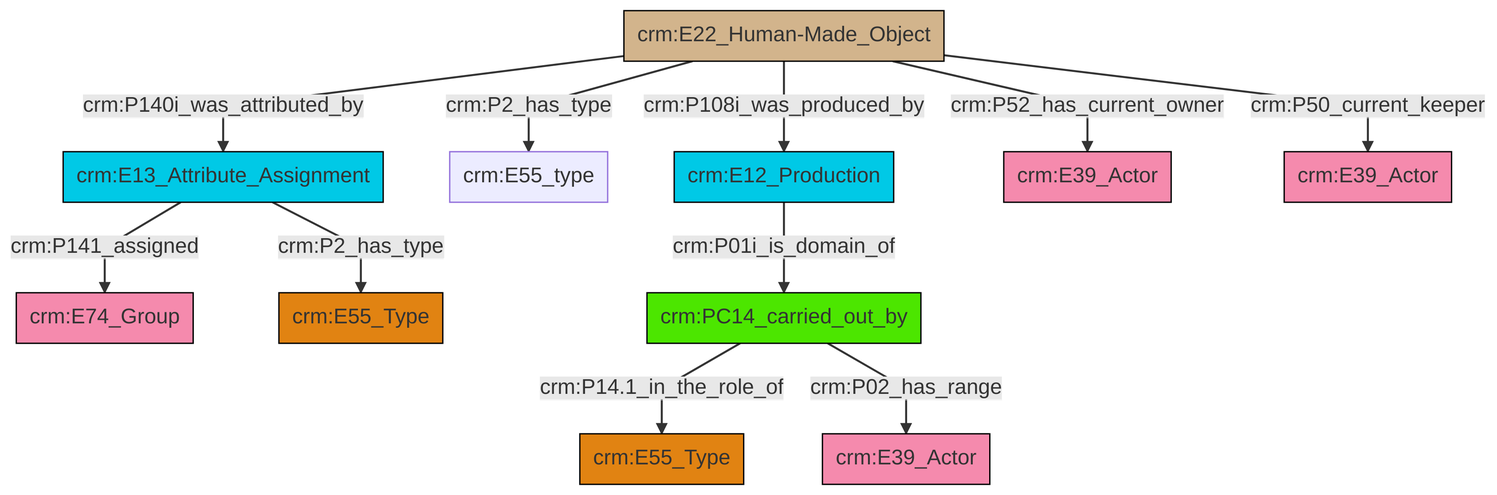
Above: et/artworkCSV/ttl/mmd/png/Artwork_Actor_Relations.png in swiss-art-research-net/reference-data-models (Mermaid), before the change. Its source is kept beside it as et/artworkCSV/ttl/mmd/Artwork_Actor_Relations.ttl.mmd.
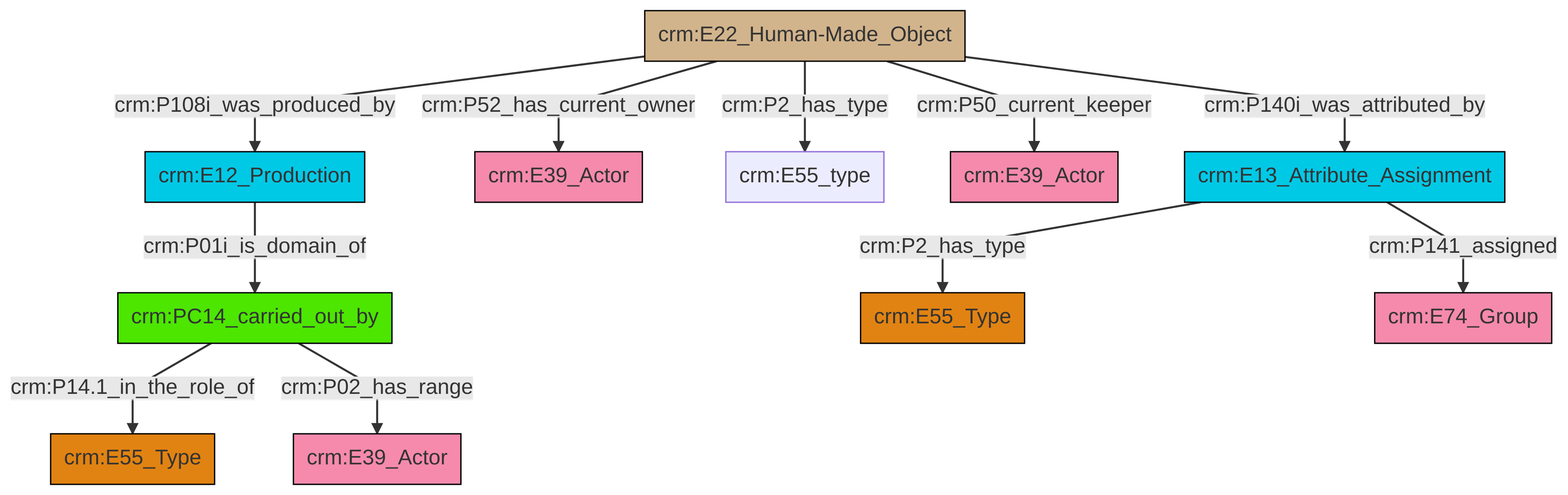
Later version of the same file.

Change to the diagram source:
```diff
@@ -13,13 +13,13 @@
 classDef PC_Classes fill:#4ce600, stroke:#000000;
 classDef Multi fill:#cccccc,stroke:#000000;
 
-0["crm:E13_Attribute_Assignment"]:::Temporal_Entity -->|crm:P141_assigned| 1["crm:E74_Group"]:::Actor
-8["crm:PC14_carried_out_by"]:::PC_Classes -->|crm:P14.1_in_the_role_of| 9["crm:E55_Type"]:::Type
-2["crm:E22_Human-Made_Object"]:::Physical_Thing -->|crm:P2_has_type| 4["crm:E55_type"]:::Default
-8["crm:PC14_carried_out_by"]:::PC_Classes -->|crm:P02_has_range| 12["crm:E39_Actor"]:::Actor
-2["crm:E22_Human-Made_Object"]:::Physical_Thing -->|crm:P52_has_current_owner| 15["crm:E39_Actor"]:::Actor
-2["crm:E22_Human-Made_Object"]:::Physical_Thing -->|crm:P140i_was_attributed_by| 0["crm:E13_Attribute_Assignment"]:::Temporal_Entity
-2["crm:E22_Human-Made_Object"]:::Physical_Thing -->|crm:P50_current_keeper| 18["crm:E39_Actor"]:::Actor
-0["crm:E13_Attribute_Assignment"]:::Temporal_Entity -->|crm:P2_has_type| 6["crm:E55_Type"]:::Type
-13["crm:E12_Production"]:::Temporal_Entity -->|crm:P01i_is_domain_of| 8["crm:PC14_carried_out_by"]:::PC_Classes
-2["crm:E22_Human-Made_Object"]:::Physical_Thing -->|crm:P108i_was_produced_by| 13["crm:E12_Production"]:::Temporal_Entity
+2["crm:E13_Attribute_Assignment"]:::Temporal_Entity -->|crm:P2_has_type| 0["crm:E55_Type"]:::Type
+5["crm:E22_Human-Made_Object"]:::Physical_Thing -->|crm:P108i_was_produced_by| 6["crm:E12_Production"]:::Temporal_Entity
+5["crm:E22_Human-Made_Object"]:::Physical_Thing -->|crm:P52_has_current_owner| 8["crm:E39_Actor"]:::Actor
+5["crm:E22_Human-Made_Object"]:::Physical_Thing -->|crm:P2_has_type| 10["crm:E55_type"]:::Default
+6["crm:E12_Production"]:::Temporal_Entity -->|crm:P01i_is_domain_of| 11["crm:PC14_carried_out_by"]:::PC_Classes
+11["crm:PC14_carried_out_by"]:::PC_Classes -->|crm:P14.1_in_the_role_of| 12["crm:E55_Type"]:::Type
+5["crm:E22_Human-Made_Object"]:::Physical_Thing -->|crm:P50_current_keeper| 3["crm:E39_Actor"]:::Actor
+5["crm:E22_Human-Made_Object"]:::Physical_Thing -->|crm:P140i_was_attributed_by| 2["crm:E13_Attribute_Assignment"]:::Temporal_Entity
+2["crm:E13_Attribute_Assignment"]:::Temporal_Entity -->|crm:P141_assigned| 17["crm:E74_Group"]:::Actor
+11["crm:PC14_carried_out_by"]:::PC_Classes -->|crm:P02_has_range| 20["crm:E39_Actor"]:::Actor
```
